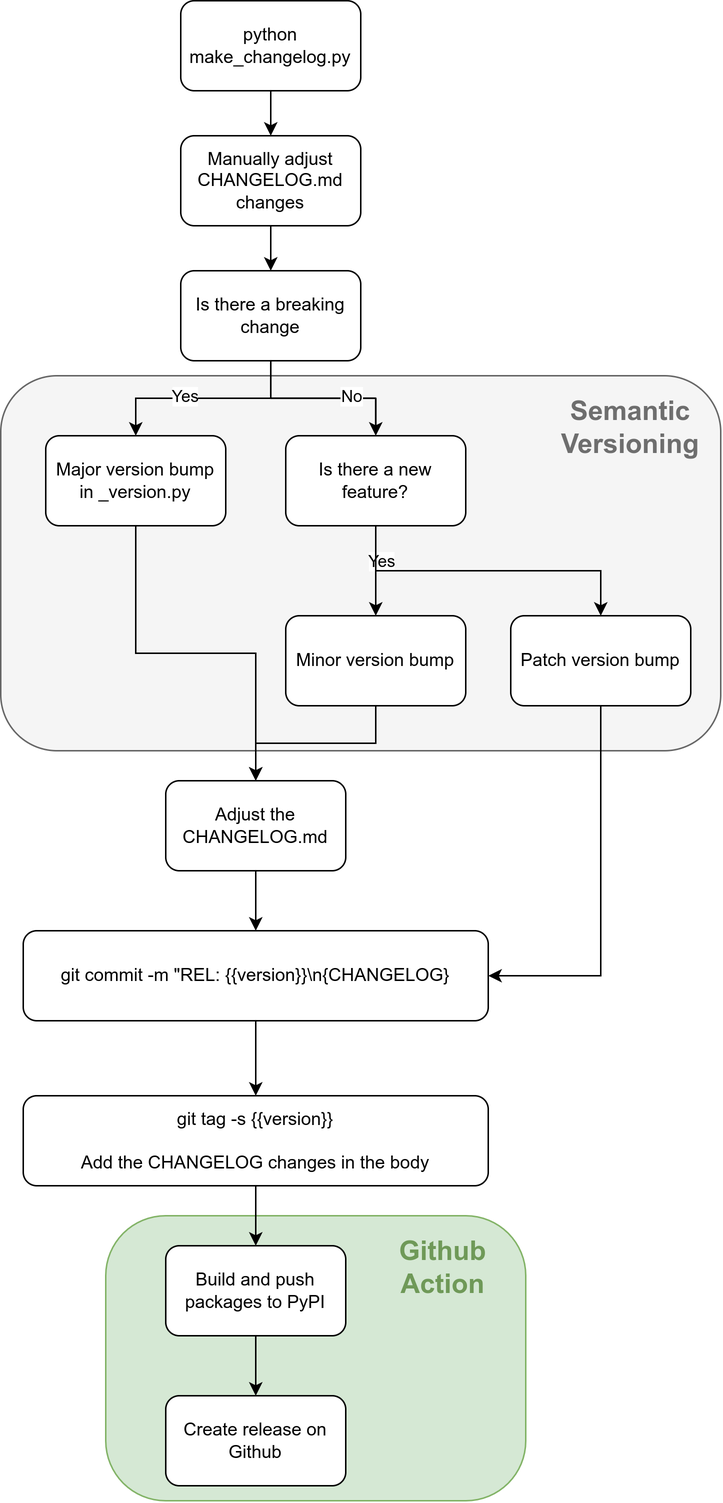
The draw.io diagram docs/_static/releasing.drawio.png in Keye-mcp/pypdf-state_004, before a commit. Source tidied: cells renumbered, new cells last; positions are measured from the earlier drawing's top-left corner, leaving out a move shared by most shapes. Source of this version:
```xml
<mxGraphModel>
  <root>
    <mxCell id="0" />
    <mxCell id="1" parent="0" />
    <mxCell id="2" style="rounded=1;whiteSpace=wrap;html=1;fillColor=#d5e8d4;strokeColor=#82b366;arcSize=21;" parent="1" vertex="1">
      <mxGeometry x="70" y="810" width="280" height="190" as="geometry" />
    </mxCell>
    <mxCell id="3" style="rounded=1;whiteSpace=wrap;html=1;fillColor=#f5f5f5;fontColor=#333333;strokeColor=#666666;" parent="1" vertex="1">
      <mxGeometry y="250" width="480" height="250" as="geometry" />
    </mxCell>
    <mxCell id="4" style="edgeStyle=orthogonalEdgeStyle;rounded=0;jettySize=auto;html=1;exitX=0.5;exitY=1;exitDx=0;exitDy=0;" parent="1" edge="1" source="5" target="7">
      <mxGeometry relative="1" as="geometry" />
    </mxCell>
    <mxCell id="5" value="python make_changelog.py" style="rounded=1;whiteSpace=wrap;html=1;" parent="1" vertex="1">
      <mxGeometry x="120" width="120" height="60" as="geometry" />
    </mxCell>
    <mxCell id="6" style="edgeStyle=orthogonalEdgeStyle;rounded=0;jettySize=auto;html=1;exitX=0.5;exitY=1;exitDx=0;exitDy=0;entryX=0.5;entryY=0;entryDx=0;entryDy=0;" parent="1" edge="1" source="7" target="12">
      <mxGeometry relative="1" as="geometry" />
    </mxCell>
    <mxCell id="7" value="Manually adjust CHANGELOG.md changes" style="rounded=1;whiteSpace=wrap;html=1;" parent="1" vertex="1">
      <mxGeometry x="120" y="90" width="120" height="60" as="geometry" />
    </mxCell>
    <mxCell id="8" style="edgeStyle=orthogonalEdgeStyle;rounded=0;jettySize=auto;html=1;exitX=0.5;exitY=1;exitDx=0;exitDy=0;" parent="1" edge="1" source="12" target="16">
      <mxGeometry relative="1" as="geometry" />
    </mxCell>
    <mxCell id="9" value="Yes" style="edgeLabel;html=1;align=center;verticalAlign=middle;" parent="8" vertex="1">
      <mxGeometry x="0.18" y="-2" relative="1" as="geometry" />
    </mxCell>
    <mxCell id="10" style="edgeStyle=orthogonalEdgeStyle;rounded=0;jettySize=auto;html=1;exitX=0.5;exitY=1;exitDx=0;exitDy=0;entryX=0.5;entryY=0;entryDx=0;entryDy=0;" parent="1" edge="1" source="12" target="20">
      <mxGeometry relative="1" as="geometry" />
    </mxCell>
    <mxCell id="11" value="No" style="edgeLabel;html=1;align=center;verticalAlign=middle;" parent="10" vertex="1">
      <mxGeometry x="0.31" y="2" relative="1" as="geometry" />
    </mxCell>
    <mxCell id="12" value="Is there a breaking change" style="rounded=1;whiteSpace=wrap;html=1;" parent="1" vertex="1">
      <mxGeometry x="120" y="180" width="120" height="60" as="geometry" />
    </mxCell>
    <mxCell id="13" style="edgeStyle=orthogonalEdgeStyle;rounded=0;jettySize=auto;html=1;exitX=0.5;exitY=1;exitDx=0;exitDy=0;" parent="1" edge="1" source="14" target="27">
      <mxGeometry relative="1" as="geometry" />
    </mxCell>
    <mxCell id="14" value="Adjust the CHANGELOG.md" style="rounded=1;whiteSpace=wrap;html=1;" parent="1" vertex="1">
      <mxGeometry x="110" y="520" width="120" height="60" as="geometry" />
    </mxCell>
    <mxCell id="15" style="edgeStyle=orthogonalEdgeStyle;rounded=0;jettySize=auto;html=1;exitX=0.5;exitY=1;exitDx=0;exitDy=0;" parent="1" edge="1" source="16" target="14">
      <mxGeometry relative="1" as="geometry" />
    </mxCell>
    <mxCell id="16" value="Major version bump in _version.py" style="rounded=1;whiteSpace=wrap;html=1;" parent="1" vertex="1">
      <mxGeometry x="30" y="290" width="120" height="60" as="geometry" />
    </mxCell>
    <mxCell id="17" style="edgeStyle=orthogonalEdgeStyle;rounded=0;jettySize=auto;html=1;exitX=0.5;exitY=1;exitDx=0;exitDy=0;" parent="1" edge="1" source="20" target="22">
      <mxGeometry relative="1" as="geometry" />
    </mxCell>
    <mxCell id="18" value="Yes" style="edgeLabel;html=1;align=center;verticalAlign=middle;" parent="17" vertex="1">
      <mxGeometry x="-0.26" y="3" relative="1" as="geometry" />
    </mxCell>
    <mxCell id="19" style="edgeStyle=orthogonalEdgeStyle;rounded=0;jettySize=auto;html=1;exitX=0.5;exitY=1;exitDx=0;exitDy=0;" parent="1" edge="1" source="20" target="24">
      <mxGeometry relative="1" as="geometry" />
    </mxCell>
    <mxCell id="20" value="Is there a new feature?" style="rounded=1;whiteSpace=wrap;html=1;" parent="1" vertex="1">
      <mxGeometry x="190" y="290" width="120" height="60" as="geometry" />
    </mxCell>
    <mxCell id="21" style="edgeStyle=orthogonalEdgeStyle;rounded=0;jettySize=auto;html=1;exitX=0.5;exitY=1;exitDx=0;exitDy=0;entryX=0.5;entryY=0;entryDx=0;entryDy=0;" parent="1" edge="1" source="22" target="14">
      <mxGeometry relative="1" as="geometry" />
    </mxCell>
    <mxCell id="22" value="Minor version bump" style="rounded=1;whiteSpace=wrap;html=1;" parent="1" vertex="1">
      <mxGeometry x="190" y="410" width="120" height="60" as="geometry" />
    </mxCell>
    <mxCell id="23" style="edgeStyle=orthogonalEdgeStyle;rounded=0;jettySize=auto;html=1;exitX=0.5;exitY=1;exitDx=0;exitDy=0;entryX=1;entryY=0.5;entryDx=0;entryDy=0;" parent="1" edge="1" source="24" target="27">
      <mxGeometry relative="1" as="geometry" />
    </mxCell>
    <mxCell id="24" value="Patch version bump" style="rounded=1;whiteSpace=wrap;html=1;" parent="1" vertex="1">
      <mxGeometry x="340" y="410" width="120" height="60" as="geometry" />
    </mxCell>
    <mxCell id="25" value="Semantic Versioning" style="text;html=1;align=center;verticalAlign=middle;whiteSpace=wrap;rounded=0;fontStyle=1;fontSize=18;fontColor=#6E6E6E;" parent="1" vertex="1">
      <mxGeometry x="390" y="270" width="60" height="30" as="geometry" />
    </mxCell>
    <mxCell id="26" style="edgeStyle=orthogonalEdgeStyle;rounded=0;jettySize=auto;html=1;exitX=0.5;exitY=1;exitDx=0;exitDy=0;entryX=0.5;entryY=0;entryDx=0;entryDy=0;" parent="1" edge="1" source="27" target="29">
      <mxGeometry relative="1" as="geometry" />
    </mxCell>
    <mxCell id="27" value="git commit -m &quot;REL: {{version}}\n{CHANGELOG}" style="rounded=1;whiteSpace=wrap;html=1;" parent="1" vertex="1">
      <mxGeometry x="15" y="620" width="310" height="60" as="geometry" />
    </mxCell>
    <mxCell id="28" style="edgeStyle=orthogonalEdgeStyle;rounded=0;jettySize=auto;html=1;exitX=0.5;exitY=1;exitDx=0;exitDy=0;entryX=0.5;entryY=0;entryDx=0;entryDy=0;" parent="1" edge="1" source="29" target="31">
      <mxGeometry relative="1" as="geometry" />
    </mxCell>
    <mxCell id="29" value="git tag -s {{version}}&lt;br&gt;&lt;br&gt;Add the CHANGELOG changes in the body" style="rounded=1;whiteSpace=wrap;html=1;" parent="1" vertex="1">
      <mxGeometry x="15" y="730" width="310" height="60" as="geometry" />
    </mxCell>
    <mxCell id="30" style="edgeStyle=orthogonalEdgeStyle;rounded=0;jettySize=auto;html=1;exitX=0.5;exitY=1;exitDx=0;exitDy=0;entryX=0.5;entryY=0;entryDx=0;entryDy=0;" parent="1" edge="1" source="31" target="32">
      <mxGeometry relative="1" as="geometry" />
    </mxCell>
    <mxCell id="31" value="Build and push packages to PyPI" style="rounded=1;whiteSpace=wrap;html=1;" parent="1" vertex="1">
      <mxGeometry x="110" y="830" width="120" height="60" as="geometry" />
    </mxCell>
    <mxCell id="32" value="Create release on Github" style="rounded=1;whiteSpace=wrap;html=1;" parent="1" vertex="1">
      <mxGeometry x="110" y="930" width="120" height="60" as="geometry" />
    </mxCell>
    <mxCell id="33" value="Github Action" style="text;html=1;align=center;verticalAlign=middle;whiteSpace=wrap;rounded=0;fontStyle=1;fontSize=18;fontColor=#6F9958;" parent="1" vertex="1">
      <mxGeometry x="265" y="830" width="60" height="30" as="geometry" />
    </mxCell>
  </root>
</mxGraphModel>
```
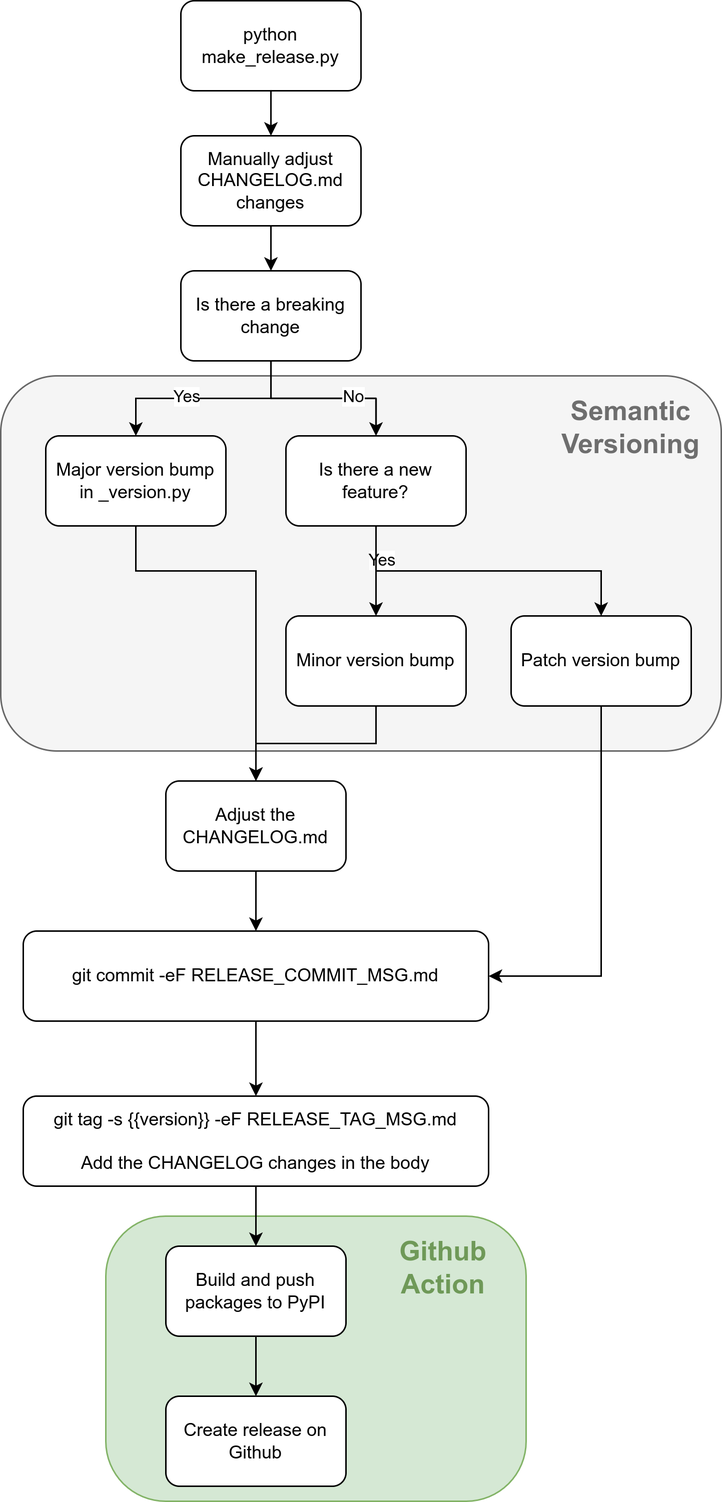
After the change.

Commit message:
DEV: Automatically create release message / tag message (#2127)

The edit, as a diff of the source:
```diff
@@ -11,7 +11,7 @@
     <mxCell id="4" style="edgeStyle=orthogonalEdgeStyle;rounded=0;jettySize=auto;html=1;exitX=0.5;exitY=1;exitDx=0;exitDy=0;" parent="1" edge="1" source="5" target="7">
       <mxGeometry relative="1" as="geometry" />
     </mxCell>
-    <mxCell id="5" value="python make_changelog.py" style="rounded=1;whiteSpace=wrap;html=1;" parent="1" vertex="1">
+    <mxCell id="5" value="python make_release.py" style="rounded=1;whiteSpace=wrap;html=1;" parent="1" vertex="1">
       <mxGeometry x="120" width="120" height="60" as="geometry" />
     </mxCell>
     <mxCell id="6" style="edgeStyle=orthogonalEdgeStyle;rounded=0;jettySize=auto;html=1;exitX=0.5;exitY=1;exitDx=0;exitDy=0;entryX=0.5;entryY=0;entryDx=0;entryDy=0;" parent="1" edge="1" source="7" target="12">
@@ -42,7 +42,12 @@
       <mxGeometry x="110" y="520" width="120" height="60" as="geometry" />
     </mxCell>
     <mxCell id="15" style="edgeStyle=orthogonalEdgeStyle;rounded=0;jettySize=auto;html=1;exitX=0.5;exitY=1;exitDx=0;exitDy=0;" parent="1" edge="1" source="16" target="14">
-      <mxGeometry relative="1" as="geometry" />
+      <mxGeometry relative="1" as="geometry">
+        <Array as="points">
+          <mxPoint x="90" y="380" />
+          <mxPoint x="170" y="380" />
+        </Array>
+      </mxGeometry>
     </mxCell>
     <mxCell id="16" value="Major version bump in _version.py" style="rounded=1;whiteSpace=wrap;html=1;" parent="1" vertex="1">
       <mxGeometry x="30" y="290" width="120" height="60" as="geometry" />
@@ -77,13 +82,13 @@
     <mxCell id="26" style="edgeStyle=orthogonalEdgeStyle;rounded=0;jettySize=auto;html=1;exitX=0.5;exitY=1;exitDx=0;exitDy=0;entryX=0.5;entryY=0;entryDx=0;entryDy=0;" parent="1" edge="1" source="27" target="29">
       <mxGeometry relative="1" as="geometry" />
     </mxCell>
-    <mxCell id="27" value="git commit -m &quot;REL: {{version}}\n{CHANGELOG}" style="rounded=1;whiteSpace=wrap;html=1;" parent="1" vertex="1">
+    <mxCell id="27" value="git commit -eF RELEASE_COMMIT_MSG.md" style="rounded=1;whiteSpace=wrap;html=1;" parent="1" vertex="1">
       <mxGeometry x="15" y="620" width="310" height="60" as="geometry" />
     </mxCell>
     <mxCell id="28" style="edgeStyle=orthogonalEdgeStyle;rounded=0;jettySize=auto;html=1;exitX=0.5;exitY=1;exitDx=0;exitDy=0;entryX=0.5;entryY=0;entryDx=0;entryDy=0;" parent="1" edge="1" source="29" target="31">
       <mxGeometry relative="1" as="geometry" />
     </mxCell>
-    <mxCell id="29" value="git tag -s {{version}}&lt;br&gt;&lt;br&gt;Add the CHANGELOG changes in the body" style="rounded=1;whiteSpace=wrap;html=1;" parent="1" vertex="1">
+    <mxCell id="29" value="git tag -s {{version}} -eF RELEASE_TAG_MSG.md&lt;br&gt;&lt;br&gt;Add the CHANGELOG changes in the body" style="rounded=1;whiteSpace=wrap;html=1;" parent="1" vertex="1">
       <mxGeometry x="15" y="730" width="310" height="60" as="geometry" />
     </mxCell>
     <mxCell id="30" style="edgeStyle=orthogonalEdgeStyle;rounded=0;jettySize=auto;html=1;exitX=0.5;exitY=1;exitDx=0;exitDy=0;entryX=0.5;entryY=0;entryDx=0;entryDy=0;" parent="1" edge="1" source="31" target="32">
```
